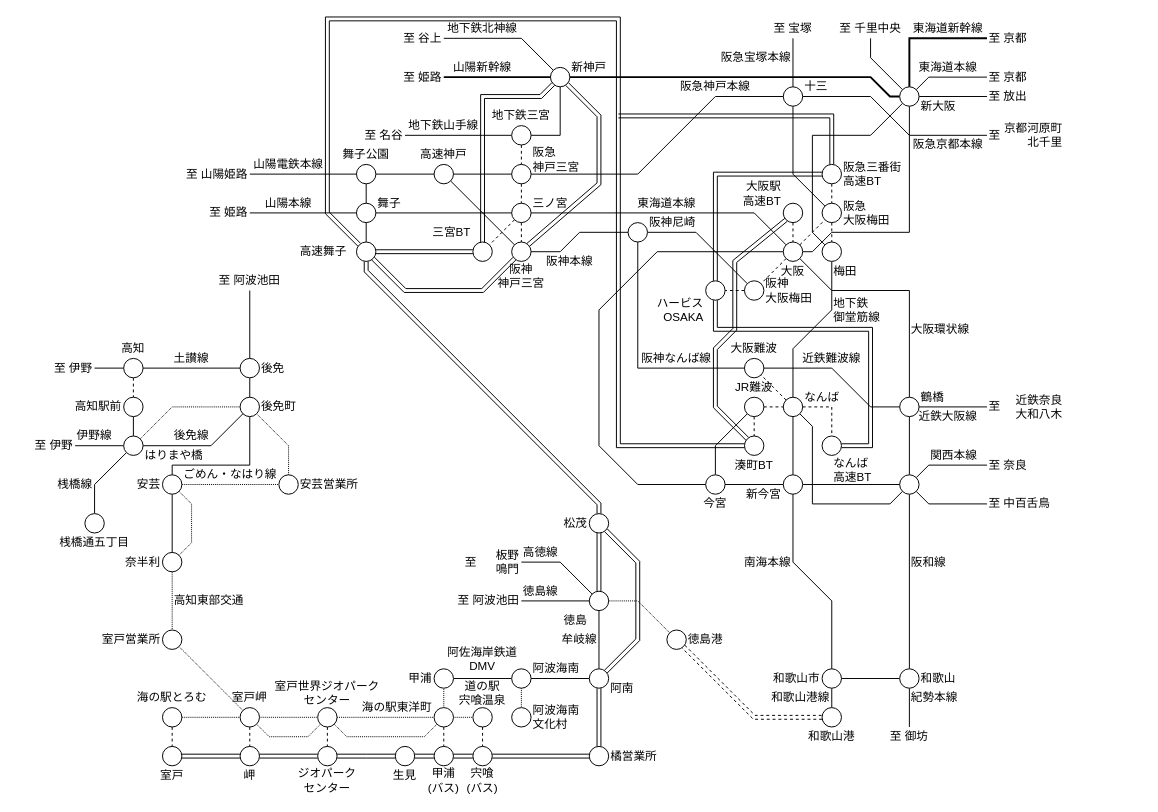
Earlier version of the draw.io diagram page "大阪～甲浦～奈半利" (6 of 7) of routes.drawio (nnm-t/techniques-to-escape-from-dead-end-lines-2). Source tidied: cells renumbered, new cells numbered last; positions are measured from the earlier drawing's top-left corner, leaving out a move shared by most shapes. Both pictures are drawn from the tidied source at 97%, with x=0, y=0 at pixel (16, 18).
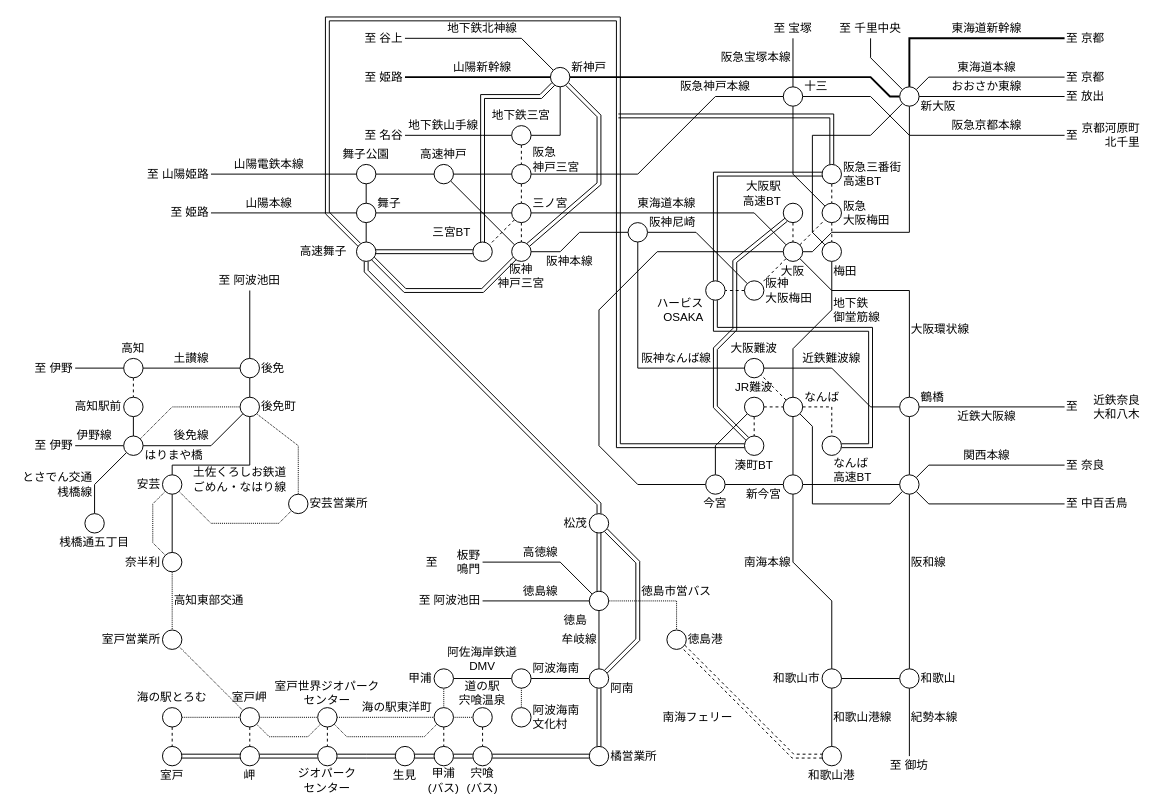
The same diagram, later.

The change refers to these unchanged cells:
```xml
<mxCell id="49" style="ellipse;whiteSpace=wrap;html=1;" parent="1" vertex="1">
  <mxGeometry x="910" y="470" width="20" height="20" as="geometry" />
</mxCell>
<mxCell id="61" style="ellipse;whiteSpace=wrap;html=1;" parent="1" vertex="1">
  <mxGeometry x="910" y="670" width="20" height="20" as="geometry" />
</mxCell>
<mxCell id="92" style="ellipse;whiteSpace=wrap;html=1;" parent="1" vertex="1">
  <mxGeometry x="910" y="390" width="20" height="20" as="geometry" />
</mxCell>
<mxCell id="121" style="ellipse;whiteSpace=wrap;html=1;" parent="1" vertex="1">
  <mxGeometry x="550" y="50" width="20" height="20" as="geometry" />
</mxCell>
<mxCell id="123" style="ellipse;whiteSpace=wrap;html=1;" parent="1" vertex="1">
  <mxGeometry x="670" y="630" width="20" height="20" as="geometry" />
</mxCell>
<mxCell id="128" style="ellipse;whiteSpace=wrap;html=1;" parent="1" vertex="1">
  <mxGeometry x="590" y="590" width="20" height="20" as="geometry" />
</mxCell>
<mxCell id="191" style="ellipse;whiteSpace=wrap;html=1;" parent="1" vertex="1">
  <mxGeometry x="150" y="550" width="20" height="20" as="geometry" />
</mxCell>
<mxCell id="195" style="ellipse;whiteSpace=wrap;html=1;" parent="1" vertex="1">
  <mxGeometry x="150" y="470" width="20" height="20" as="geometry" />
</mxCell>
<mxCell id="199" style="ellipse;whiteSpace=wrap;html=1;" parent="1" vertex="1">
  <mxGeometry x="230" y="390" width="20" height="20" as="geometry" />
</mxCell>
<mxCell id="225" style="ellipse;whiteSpace=wrap;html=1;" parent="1" vertex="1">
  <mxGeometry x="110" y="350" width="20" height="20" as="geometry" />
</mxCell>
```

The edit, as a diff of the source:
```diff
@@
-    <mxCell id="46" style="edgeStyle=none;rounded=0;jettySize=auto;html=1;exitX=1;exitY=0;exitDx=0;exitDy=0;endArrow=none;endFill=0;strokeWidth=1;" parent="1" edge="1" source="49">
+    <mxCell id="46" style="edgeStyle=none;rounded=0;jettySize=auto;html=1;exitX=1;exitY=0;exitDx=0;exitDy=0;endArrow=none;endFill=0;strokeWidth=1;entryX=0;entryY=0.5;entryDx=0;entryDy=0;" parent="1" edge="1" source="49" target="84">
       <mxGeometry relative="1" as="geometry">
-        <mxPoint x="1000" y="460" as="targetPoint" />
         <Array as="points">
           <mxPoint x="940" y="460" />
         </Array>
       </mxGeometry>
     </mxCell>
@@
-    <mxCell id="60" style="edgeStyle=none;rounded=0;jettySize=auto;html=1;exitX=0.5;exitY=1;exitDx=0;exitDy=0;endArrow=none;endFill=0;strokeWidth=1;" parent="1" edge="1" source="61">
-      <mxGeometry relative="1" as="geometry">
-        <mxPoint x="920" y="730" as="targetPoint" />
-      </mxGeometry>
+    <mxCell id="60" style="edgeStyle=none;rounded=0;jettySize=auto;html=1;exitX=0.5;exitY=1;exitDx=0;exitDy=0;endArrow=none;endFill=0;strokeWidth=1;entryX=0.5;entryY=0;entryDx=0;entryDy=0;" parent="1" edge="1" source="61" target="94">
+      <mxGeometry relative="1" as="geometry" />
     </mxCell>
@@
     <mxCell id="62" style="ellipse;whiteSpace=wrap;html=1;" parent="1" vertex="1">
-      <mxGeometry x="830" y="710" width="20" height="20" as="geometry" />
+      <mxGeometry x="830" y="750" width="20" height="20" as="geometry" />
     </mxCell>
@@
     <mxCell id="64" value="和歌山港" style="text;html=1;strokeColor=none;fillColor=none;align=center;verticalAlign=middle;whiteSpace=wrap;rounded=0;" parent="1" vertex="1">
-      <mxGeometry x="810" y="730" width="60" height="20" as="geometry" />
+      <mxGeometry x="810" y="770" width="60" height="20" as="geometry" />
     </mxCell>
@@
     <mxCell id="79" value="至 京都" style="text;html=1;strokeColor=none;fillColor=none;align=left;verticalAlign=middle;whiteSpace=wrap;rounded=0;" parent="1" vertex="1">
-      <mxGeometry x="1000" y="50" width="60" height="20" as="geometry" />
+      <mxGeometry x="1080" y="50" width="60" height="20" as="geometry" />
     </mxCell>
@@
     <mxCell id="81" value="至 京都" style="text;html=1;strokeColor=none;fillColor=none;align=left;verticalAlign=middle;whiteSpace=wrap;rounded=0;" parent="1" vertex="1">
-      <mxGeometry x="1000" y="10" width="60" height="20" as="geometry" />
+      <mxGeometry x="1080" y="10" width="60" height="20" as="geometry" />
     </mxCell>
@@
     <mxCell id="83" value="京都河原町&lt;br&gt;北千里" style="text;html=1;strokeColor=none;fillColor=none;align=right;verticalAlign=middle;whiteSpace=wrap;rounded=0;" parent="1" vertex="1">
-      <mxGeometry x="1000" y="100" width="80" height="40" as="geometry" />
+      <mxGeometry x="1080" y="100" width="80" height="40" as="geometry" />
     </mxCell>
     <mxCell id="84" value="至 奈良" style="text;html=1;strokeColor=none;fillColor=none;align=left;verticalAlign=middle;whiteSpace=wrap;rounded=0;" parent="1" vertex="1">
-      <mxGeometry x="1000" y="450" width="60" height="20" as="geometry" />
+      <mxGeometry x="1080" y="450" width="60" height="20" as="geometry" />
     </mxCell>
     <mxCell id="85" value="至 中百舌鳥" style="text;html=1;strokeColor=none;fillColor=none;align=left;verticalAlign=middle;whiteSpace=wrap;rounded=0;" parent="1" vertex="1">
-      <mxGeometry x="1000" y="490" width="80" height="20" as="geometry" />
+      <mxGeometry x="1080" y="490" width="80" height="20" as="geometry" />
     </mxCell>
     <mxCell id="86" value="至 放出" style="text;html=1;strokeColor=none;fillColor=none;align=left;verticalAlign=middle;whiteSpace=wrap;rounded=0;" parent="1" vertex="1">
-      <mxGeometry x="1000" y="70" width="60" height="20" as="geometry" />
+      <mxGeometry x="1080" y="70" width="60" height="20" as="geometry" />
     </mxCell>
@@
-    <mxCell id="91" style="edgeStyle=none;rounded=0;jettySize=auto;html=1;exitX=1;exitY=0.5;exitDx=0;exitDy=0;endArrow=none;endFill=0;strokeWidth=1;" parent="1" edge="1" source="92">
-      <mxGeometry relative="1" as="geometry">
-        <mxPoint x="1000" y="400" as="targetPoint" />
-      </mxGeometry>
+    <mxCell id="91" style="edgeStyle=none;rounded=0;jettySize=auto;html=1;exitX=1;exitY=0.5;exitDx=0;exitDy=0;endArrow=none;endFill=0;strokeWidth=1;entryX=0;entryY=0.5;entryDx=0;entryDy=0;" parent="1" edge="1" source="92" target="109">
+      <mxGeometry relative="1" as="geometry" />
     </mxCell>
@@
     <mxCell id="94" value="至 御坊" style="text;html=1;strokeColor=none;fillColor=none;align=center;verticalAlign=middle;whiteSpace=wrap;rounded=0;" parent="1" vertex="1">
-      <mxGeometry x="890" y="730" width="60" height="20" as="geometry" />
+      <mxGeometry x="890" y="760" width="60" height="20" as="geometry" />
     </mxCell>
@@
     <mxCell id="105" value="至" style="text;html=1;strokeColor=none;fillColor=none;align=left;verticalAlign=middle;whiteSpace=wrap;rounded=0;" parent="1" vertex="1">
-      <mxGeometry x="1000" y="110" width="20" height="20" as="geometry" />
+      <mxGeometry x="1080" y="110" width="20" height="20" as="geometry" />
     </mxCell>
@@
     <mxCell id="108" value="近鉄奈良&lt;br&gt;大和八木" style="text;html=1;strokeColor=none;fillColor=none;align=right;verticalAlign=middle;whiteSpace=wrap;rounded=0;" parent="1" vertex="1">
-      <mxGeometry x="1000" y="380" width="80" height="40" as="geometry" />
+      <mxGeometry x="1080" y="380" width="80" height="40" as="geometry" />
     </mxCell>
     <mxCell id="109" value="至" style="text;html=1;strokeColor=none;fillColor=none;align=left;verticalAlign=middle;whiteSpace=wrap;rounded=0;" parent="1" vertex="1">
-      <mxGeometry x="1000" y="390" width="20" height="20" as="geometry" />
+      <mxGeometry x="1080" y="390" width="20" height="20" as="geometry" />
     </mxCell>
@@
-    <mxCell id="118" style="edgeStyle=none;rounded=0;jettySize=auto;html=1;exitX=0;exitY=0;exitDx=0;exitDy=0;endArrow=none;endFill=0;strokeWidth=1;" parent="1" edge="1" source="121">
+    <mxCell id="118" style="edgeStyle=none;rounded=0;jettySize=auto;html=1;exitX=0;exitY=0;exitDx=0;exitDy=0;endArrow=none;endFill=0;strokeWidth=1;entryX=1;entryY=0.5;entryDx=0;entryDy=0;" parent="1" edge="1" source="121" target="245">
       <mxGeometry relative="1" as="geometry">
-        <mxPoint x="440" y="20" as="targetPoint" />
         <Array as="points">
           <mxPoint x="520" y="20" />
         </Array>
       </mxGeometry>
     </mxCell>
-    <mxCell id="119" style="edgeStyle=none;rounded=0;jettySize=auto;html=1;exitX=0;exitY=0.5;exitDx=0;exitDy=0;endArrow=none;endFill=0;strokeWidth=2;" parent="1" edge="1" source="121">
-      <mxGeometry relative="1" as="geometry">
-        <mxPoint x="440" y="60" as="targetPoint" />
-      </mxGeometry>
+    <mxCell id="119" style="edgeStyle=none;rounded=0;jettySize=auto;html=1;exitX=0;exitY=0.5;exitDx=0;exitDy=0;endArrow=none;endFill=0;strokeWidth=2;entryX=1;entryY=0.5;entryDx=0;entryDy=0;" parent="1" edge="1" source="121" target="243">
+      <mxGeometry relative="1" as="geometry" />
     </mxCell>
@@
     <mxCell id="122" style="edgeStyle=none;rounded=0;jettySize=auto;html=1;exitX=1;exitY=1;exitDx=0;exitDy=0;entryX=0;entryY=0.5;entryDx=0;entryDy=0;endArrow=none;endFill=0;strokeWidth=1;shape=link;dashed=1;" parent="1" edge="1" source="123" target="62">
       <mxGeometry relative="1" as="geometry">
         <Array as="points">
-          <mxPoint x="760" y="720" />
+          <mxPoint x="800" y="760" />
         </Array>
       </mxGeometry>
     </mxCell>
@@
-    <mxCell id="124" style="edgeStyle=none;rounded=0;jettySize=auto;html=1;exitX=1;exitY=0.5;exitDx=0;exitDy=0;entryX=0;entryY=0;entryDx=0;entryDy=0;dashed=1;endArrow=none;endFill=0;strokeWidth=1;dashPattern=1 1;" parent="1" edge="1" source="128" target="123">
+    <mxCell id="124" style="edgeStyle=none;rounded=0;jettySize=auto;html=1;exitX=1;exitY=0.5;exitDx=0;exitDy=0;entryX=0.5;entryY=0;entryDx=0;entryDy=0;dashed=1;endArrow=none;endFill=0;strokeWidth=1;dashPattern=1 1;" parent="1" edge="1" source="128" target="123">
       <mxGeometry relative="1" as="geometry">
         <Array as="points">
-          <mxPoint x="640" y="600" />
+          <mxPoint x="680" y="600" />
         </Array>
       </mxGeometry>
     </mxCell>
@@
-    <mxCell id="126" style="edgeStyle=none;rounded=0;jettySize=auto;html=1;exitX=0;exitY=0.5;exitDx=0;exitDy=0;endArrow=none;endFill=0;strokeWidth=1;" parent="1" edge="1" source="128">
-      <mxGeometry relative="1" as="geometry">
-        <mxPoint x="520" y="600" as="targetPoint" />
-      </mxGeometry>
+    <mxCell id="126" style="edgeStyle=none;rounded=0;jettySize=auto;html=1;exitX=0;exitY=0.5;exitDx=0;exitDy=0;endArrow=none;endFill=0;strokeWidth=1;entryX=1;entryY=0.5;entryDx=0;entryDy=0;" parent="1" edge="1" source="128" target="258">
+      <mxGeometry relative="1" as="geometry" />
     </mxCell>
-    <mxCell id="127" style="edgeStyle=none;rounded=0;jettySize=auto;html=1;exitX=0;exitY=0;exitDx=0;exitDy=0;endArrow=none;endFill=0;strokeWidth=1;" parent="1" edge="1" source="128">
+    <mxCell id="127" style="edgeStyle=none;rounded=0;jettySize=auto;html=1;exitX=0;exitY=0;exitDx=0;exitDy=0;endArrow=none;endFill=0;strokeWidth=1;entryX=1;entryY=0.5;entryDx=0;entryDy=0;" parent="1" edge="1" source="128" target="259">
       <mxGeometry relative="1" as="geometry">
-        <mxPoint x="520" y="560" as="targetPoint" />
         <Array as="points">
           <mxPoint x="560" y="560" />
         </Array>
       </mxGeometry>
     </mxCell>
@@
-    <mxCell id="172" value="ジオパーク&lt;br&gt;センター" style="text;html=1;strokeColor=none;fillColor=none;align=center;verticalAlign=middle;whiteSpace=wrap;rounded=0;" parent="1" vertex="1">
-      <mxGeometry x="280" y="770" width="80" height="30" as="geometry" />
-    </mxCell>
@@
-    <mxCell id="192" style="edgeStyle=none;rounded=0;jettySize=auto;html=1;exitX=1;exitY=1;exitDx=0;exitDy=0;entryX=1;entryY=0;entryDx=0;entryDy=0;dashed=1;dashPattern=1 1;endArrow=none;endFill=0;strokeWidth=1;" parent="1" edge="1" source="195" target="191">
+    <mxCell id="192" style="edgeStyle=none;rounded=0;jettySize=auto;html=1;exitX=0;exitY=1;exitDx=0;exitDy=0;entryX=0;entryY=0;entryDx=0;entryDy=0;dashed=1;dashPattern=1 1;endArrow=none;endFill=0;strokeWidth=1;" parent="1" edge="1" source="195" target="191">
       <mxGeometry relative="1" as="geometry">
         <Array as="points">
-          <mxPoint x="180" y="500" />
-          <mxPoint x="180" y="540" />
+          <mxPoint x="140" y="500" />
+          <mxPoint x="140" y="540" />
         </Array>
       </mxGeometry>
     </mxCell>
@@
-    <mxCell id="194" style="edgeStyle=none;rounded=0;jettySize=auto;html=1;exitX=1;exitY=0.5;exitDx=0;exitDy=0;entryX=0;entryY=0.5;entryDx=0;entryDy=0;endArrow=none;endFill=0;strokeWidth=1;dashed=1;dashPattern=1 1;" parent="1" edge="1" source="195" target="197">
-      <mxGeometry relative="1" as="geometry" />
+    <mxCell id="194" style="edgeStyle=none;rounded=0;jettySize=auto;html=1;exitX=1;exitY=1;exitDx=0;exitDy=0;entryX=0;entryY=1;entryDx=0;entryDy=0;endArrow=none;endFill=0;strokeWidth=1;dashed=1;dashPattern=1 1;" parent="1" edge="1" source="195" target="197">
+      <mxGeometry relative="1" as="geometry">
+        <Array as="points">
+          <mxPoint x="200" y="520" />
+          <mxPoint x="270" y="520" />
+        </Array>
+      </mxGeometry>
     </mxCell>
@@
     <mxCell id="196" style="edgeStyle=none;rounded=0;jettySize=auto;html=1;exitX=0.5;exitY=0;exitDx=0;exitDy=0;entryX=1;entryY=1;entryDx=0;entryDy=0;dashed=1;dashPattern=1 1;endArrow=none;endFill=0;strokeWidth=1;" parent="1" edge="1" source="197" target="199">
       <mxGeometry relative="1" as="geometry">
         <Array as="points">
-          <mxPoint x="280" y="440" />
+          <mxPoint x="290" y="440" />
         </Array>
       </mxGeometry>
     </mxCell>
     <mxCell id="197" style="ellipse;whiteSpace=wrap;html=1;" parent="1" vertex="1">
-      <mxGeometry x="270" y="470" width="20" height="20" as="geometry" />
+      <mxGeometry x="280" y="490" width="20" height="20" as="geometry" />
     </mxCell>
@@
     <mxCell id="208" value="安芸営業所" style="text;html=1;strokeColor=none;fillColor=none;align=left;verticalAlign=middle;whiteSpace=wrap;rounded=0;" parent="1" vertex="1">
-      <mxGeometry x="290" y="470" width="80" height="20" as="geometry" />
+      <mxGeometry x="300" y="490" width="80" height="20" as="geometry" />
     </mxCell>
@@
-    <mxCell id="223" style="edgeStyle=none;rounded=0;jettySize=auto;html=1;exitX=0;exitY=0.5;exitDx=0;exitDy=0;endArrow=none;endFill=0;strokeWidth=1;" parent="1" edge="1" source="225">
-      <mxGeometry relative="1" as="geometry">
-        <mxPoint x="80" y="360" as="targetPoint" />
-      </mxGeometry>
+    <mxCell id="223" style="edgeStyle=none;rounded=0;jettySize=auto;html=1;exitX=0;exitY=0.5;exitDx=0;exitDy=0;endArrow=none;endFill=0;strokeWidth=1;entryX=1;entryY=0.5;entryDx=0;entryDy=0;" parent="1" edge="1" source="225" target="236">
+      <mxGeometry relative="1" as="geometry" />
     </mxCell>
@@
     <mxCell id="236" value="至 伊野" style="text;html=1;strokeColor=none;fillColor=none;align=right;verticalAlign=middle;whiteSpace=wrap;rounded=0;" parent="1" vertex="1">
-      <mxGeometry x="20" y="350" width="60" height="20" as="geometry" />
+      <mxGeometry y="350" width="60" height="20" as="geometry" />
     </mxCell>
@@
     <mxCell id="241" value="至 姫路" style="text;html=1;strokeColor=none;fillColor=none;align=right;verticalAlign=middle;whiteSpace=wrap;rounded=0;" parent="1" vertex="1">
-      <mxGeometry x="180" y="190" width="60" height="20" as="geometry" />
+      <mxGeometry x="140" y="190" width="60" height="20" as="geometry" />
     </mxCell>
     <mxCell id="242" value="至 山陽姫路" style="text;html=1;strokeColor=none;fillColor=none;align=right;verticalAlign=middle;whiteSpace=wrap;rounded=0;" parent="1" vertex="1">
-      <mxGeometry x="160" y="150" width="80" height="20" as="geometry" />
+      <mxGeometry x="120" y="150" width="80" height="20" as="geometry" />
     </mxCell>
     <mxCell id="243" value="至 姫路" style="text;html=1;strokeColor=none;fillColor=none;align=right;verticalAlign=middle;whiteSpace=wrap;rounded=0;" parent="1" vertex="1">
-      <mxGeometry x="380" y="50" width="60" height="20" as="geometry" />
+      <mxGeometry x="340" y="50" width="60" height="20" as="geometry" />
     </mxCell>
@@
     <mxCell id="245" value="至 谷上" style="text;html=1;strokeColor=none;fillColor=none;align=right;verticalAlign=middle;whiteSpace=wrap;rounded=0;" parent="1" vertex="1">
-      <mxGeometry x="380" y="10" width="60" height="20" as="geometry" />
+      <mxGeometry x="340" y="10" width="60" height="20" as="geometry" />
     </mxCell>
@@
     <mxCell id="258" value="至 阿波池田" style="text;html=1;strokeColor=none;fillColor=none;align=right;verticalAlign=middle;whiteSpace=wrap;rounded=0;" parent="1" vertex="1">
-      <mxGeometry x="450" y="590" width="70" height="20" as="geometry" />
+      <mxGeometry x="410" y="590" width="70" height="20" as="geometry" />
     </mxCell>
     <mxCell id="259" value="板野&lt;br&gt;鳴門" style="text;html=1;strokeColor=none;fillColor=none;align=right;verticalAlign=middle;whiteSpace=wrap;rounded=0;" parent="1" vertex="1">
-      <mxGeometry x="480" y="540" width="40" height="40" as="geometry" />
+      <mxGeometry x="440" y="540" width="40" height="40" as="geometry" />
     </mxCell>
     <mxCell id="260" value="至" style="text;html=1;strokeColor=none;fillColor=none;align=left;verticalAlign=middle;whiteSpace=wrap;rounded=0;" parent="1" vertex="1">
-      <mxGeometry x="460" y="550" width="20" height="20" as="geometry" />
+      <mxGeometry x="420" y="550" width="20" height="20" as="geometry" />
     </mxCell>
@@
-    <mxCell id="267" value="ごめん・なはり線" style="text;html=1;strokeColor=none;fillColor=none;align=center;verticalAlign=middle;whiteSpace=wrap;rounded=0;" parent="1" vertex="1">
-      <mxGeometry x="170" y="460" width="100" height="20" as="geometry" />
-    </mxCell>
-    <mxCell id="268" value="後免線" style="text;html=1;strokeColor=none;fillColor=none;align=left;verticalAlign=middle;whiteSpace=wrap;rounded=0;" parent="1" vertex="1">
-      <mxGeometry x="160" y="420" width="40" height="20" as="geometry" />
-    </mxCell>
-    <mxCell id="269" value="桟橋線" style="text;html=1;strokeColor=none;fillColor=none;align=right;verticalAlign=middle;whiteSpace=wrap;rounded=0;" parent="1" vertex="1">
-      <mxGeometry x="40" y="470" width="40" height="20" as="geometry" />
+    <mxCell id="269" value="とさでん交通&lt;br&gt;桟橋線" style="text;html=1;strokeColor=none;fillColor=none;align=right;verticalAlign=middle;whiteSpace=wrap;rounded=0;" parent="1" vertex="1">
+      <mxGeometry y="460" width="80" height="40" as="geometry" />
     </mxCell>
@@
     <mxCell id="272" value="紀勢本線" style="text;html=1;strokeColor=none;fillColor=none;align=left;verticalAlign=middle;whiteSpace=wrap;rounded=0;" parent="1" vertex="1">
-      <mxGeometry x="920" y="690" width="60" height="20" as="geometry" />
+      <mxGeometry x="920" y="710" width="60" height="20" as="geometry" />
     </mxCell>
-    <mxCell id="273" value="和歌山港線" style="text;html=1;strokeColor=none;fillColor=none;align=right;verticalAlign=middle;whiteSpace=wrap;rounded=0;" parent="1" vertex="1">
-      <mxGeometry x="760" y="690" width="80" height="20" as="geometry" />
+    <mxCell id="273" value="和歌山港線" style="text;html=1;strokeColor=none;fillColor=none;align=left;verticalAlign=middle;whiteSpace=wrap;rounded=0;" parent="1" vertex="1">
+      <mxGeometry x="840" y="710" width="80" height="20" as="geometry" />
     </mxCell>
@@
-    <mxCell id="276" value="関西本線" style="text;html=1;strokeColor=none;fillColor=none;align=left;verticalAlign=middle;whiteSpace=wrap;rounded=0;" parent="1" vertex="1">
-      <mxGeometry x="940" y="440" width="60" height="20" as="geometry" />
+    <mxCell id="276" value="関西本線" style="text;html=1;strokeColor=none;fillColor=none;align=center;verticalAlign=middle;whiteSpace=wrap;rounded=0;" parent="1" vertex="1">
+      <mxGeometry x="970" y="440" width="60" height="20" as="geometry" />
     </mxCell>
@@
     <mxCell id="278" value="東海道新幹線" style="text;html=1;strokeColor=none;fillColor=none;align=center;verticalAlign=middle;whiteSpace=wrap;rounded=0;" parent="1" vertex="1">
-      <mxGeometry x="920" width="80" height="20" as="geometry" />
+      <mxGeometry x="960" width="80" height="20" as="geometry" />
     </mxCell>
     <mxCell id="279" value="阪急京都本線" style="text;html=1;strokeColor=none;fillColor=none;align=center;verticalAlign=middle;whiteSpace=wrap;rounded=0;" parent="1" vertex="1">
-      <mxGeometry x="920" y="120" width="80" height="20" as="geometry" />
+      <mxGeometry x="960" y="100" width="80" height="20" as="geometry" />
     </mxCell>
@@
     <mxCell id="287" value="山陽本線" style="text;html=1;strokeColor=none;fillColor=none;align=center;verticalAlign=middle;whiteSpace=wrap;rounded=0;" parent="1" vertex="1">
-      <mxGeometry x="240" y="180" width="80" height="20" as="geometry" />
+      <mxGeometry x="220" y="180" width="80" height="20" as="geometry" />
     </mxCell>
     <mxCell id="288" value="山陽電鉄本線" style="text;html=1;strokeColor=none;fillColor=none;align=center;verticalAlign=middle;whiteSpace=wrap;rounded=0;" parent="1" vertex="1">
-      <mxGeometry x="240" y="140" width="80" height="20" as="geometry" />
+      <mxGeometry x="220" y="140" width="80" height="20" as="geometry" />
     </mxCell>
     <mxCell id="289" value="東海道本線" style="text;html=1;strokeColor=none;fillColor=none;align=center;verticalAlign=middle;whiteSpace=wrap;rounded=0;" parent="1" vertex="1">
-      <mxGeometry x="920" y="40" width="80" height="20" as="geometry" />
+      <mxGeometry x="960" y="40" width="80" height="20" as="geometry" />
     </mxCell>
     <mxCell id="290" value="近鉄大阪線" style="text;html=1;strokeColor=none;fillColor=none;align=center;verticalAlign=middle;whiteSpace=wrap;rounded=0;" parent="1" vertex="1">
-      <mxGeometry x="920" y="400" width="80" height="20" as="geometry" />
+      <mxGeometry x="960" y="400" width="80" height="20" as="geometry" />
     </mxCell>
@@
+    <mxCell id="268" value="後免線" style="text;html=1;strokeColor=none;fillColor=none;align=center;verticalAlign=middle;whiteSpace=wrap;rounded=0;" parent="1" vertex="1">
+      <mxGeometry x="160" y="420" width="40" height="20" as="geometry" />
+    </mxCell>
+    <mxCell id="293" value="土佐くろしお鉄道&lt;br&gt;ごめん・なはり線" style="text;html=1;strokeColor=none;fillColor=none;align=center;verticalAlign=middle;whiteSpace=wrap;rounded=0;" parent="1" vertex="1">
+      <mxGeometry x="180" y="460" width="100" height="30" as="geometry" />
+    </mxCell>
+    <mxCell id="172" value="ジオパーク&lt;br&gt;センター" style="text;html=1;strokeColor=none;fillColor=none;align=center;verticalAlign=middle;whiteSpace=wrap;rounded=0;" parent="1" vertex="1">
+      <mxGeometry x="280" y="770" width="80" height="30" as="geometry" />
+    </mxCell>
+    <mxCell id="294" value="おおさか東線" style="text;html=1;strokeColor=none;fillColor=none;align=center;verticalAlign=middle;whiteSpace=wrap;rounded=0;" parent="1" vertex="1">
+      <mxGeometry x="960" y="60" width="80" height="20" as="geometry" />
+    </mxCell>
+    <mxCell id="295" value="南海フェリー" style="text;html=1;strokeColor=none;fillColor=none;align=right;verticalAlign=middle;whiteSpace=wrap;rounded=0;" parent="1" vertex="1">
+      <mxGeometry x="660" y="710" width="80" height="20" as="geometry" />
+    </mxCell>
+    <mxCell id="296" value="徳島市営バス" style="text;html=1;strokeColor=none;fillColor=none;align=center;verticalAlign=middle;whiteSpace=wrap;rounded=0;" parent="1" vertex="1">
+      <mxGeometry x="640" y="580" width="80" height="20" as="geometry" />
+    </mxCell>
```
